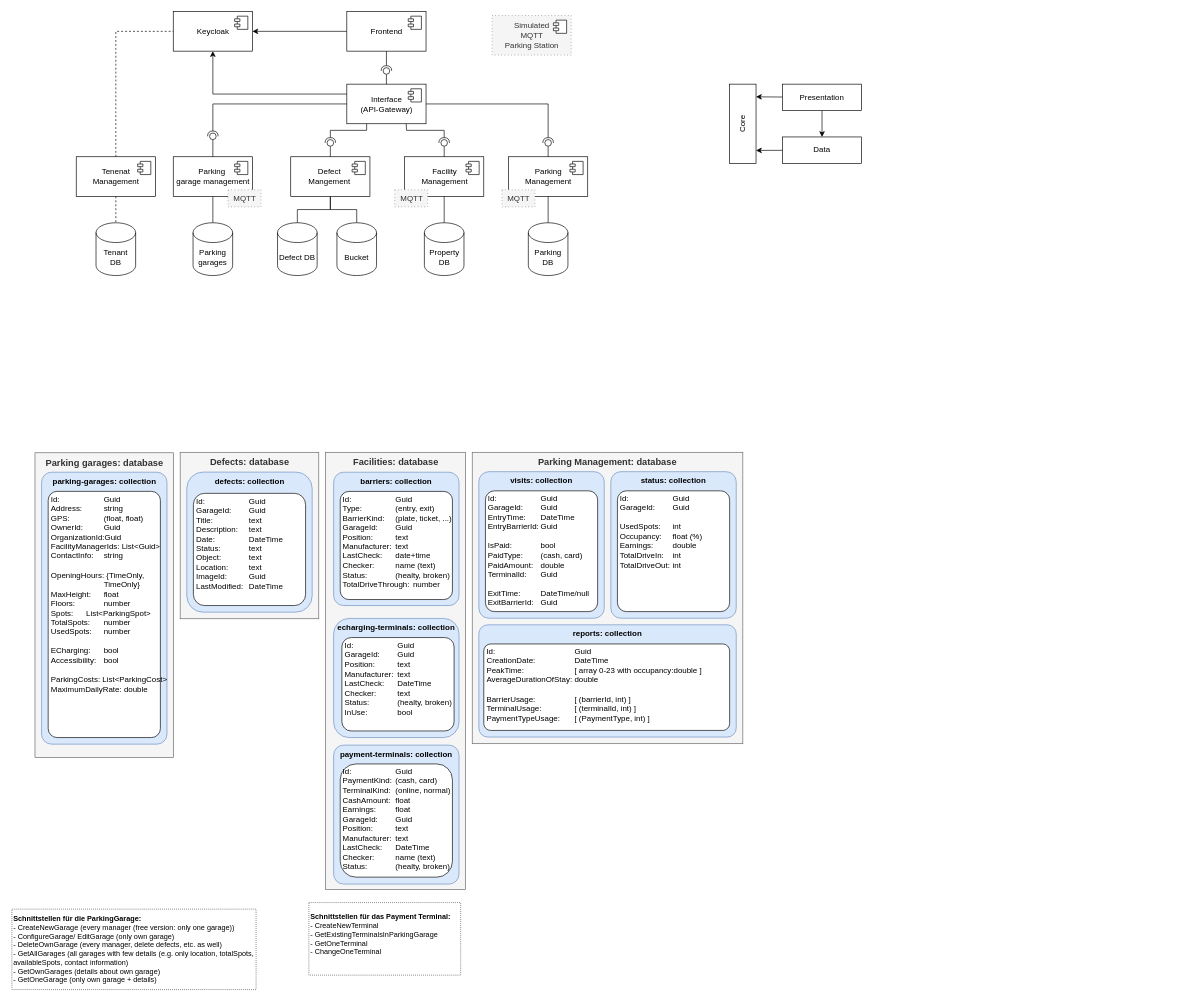
msi-cad-vw/.github keeps this draw.io diagram as page "Architektur" (4 of 8) of parking_management.drawio. Above is the earlier version. Source tidied: cells renumbered, new cells numbered last; positions are measured from the earlier drawing's top-left corner, leaving out a move shared by most shapes. Both pictures are drawn from the tidied source at 66%, with x=0, y=0 at pixel (11, 11).
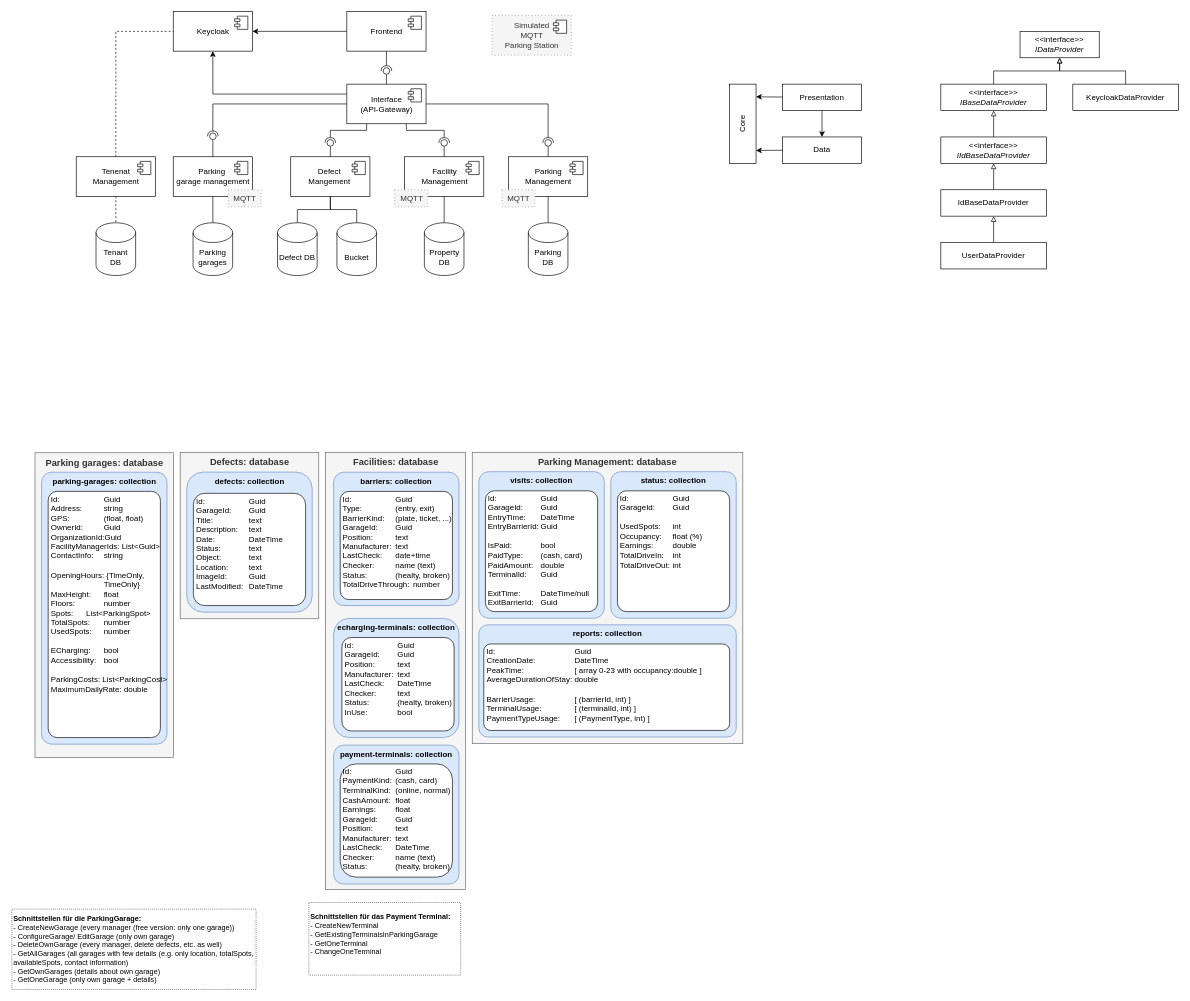
The same diagram, later.

Commit message (it also covers changes not shown here):
Added dependency injection inheritance image

What changed in the source:
```diff
@@
+    <mxCell id="81" style="edgeStyle=orthogonalEdgeStyle;rounded=0;jettySize=auto;html=1;endArrow=block;endFill=0;" parent="1" edge="1" source="82" target="84">
+      <mxGeometry relative="1" as="geometry" />
+    </mxCell>
+    <mxCell id="82" value="IdBaseDataProvider" style="rounded=0;whiteSpace=wrap;html=1;" parent="1" vertex="1">
+      <mxGeometry x="1408" y="270" width="160" height="40" as="geometry" />
+    </mxCell>
+    <mxCell id="83" style="edgeStyle=orthogonalEdgeStyle;rounded=0;jettySize=auto;html=1;endArrow=block;endFill=0;" parent="1" edge="1" source="84" target="86">
+      <mxGeometry relative="1" as="geometry" />
+    </mxCell>
+    <mxCell id="84" value="&lt;span style=&quot;font-style: normal;&quot;&gt;&amp;lt;&amp;lt;interface&amp;gt;&amp;gt;&lt;/span&gt;&lt;div&gt;IIdBaseDataProvider&lt;/div&gt;" style="rounded=0;whiteSpace=wrap;html=1;fontStyle=2;" parent="1" vertex="1">
+      <mxGeometry x="1408" y="190" width="160" height="40" as="geometry" />
+    </mxCell>
+    <mxCell id="85" style="edgeStyle=orthogonalEdgeStyle;rounded=0;jettySize=auto;html=1;endArrow=block;endFill=0;" parent="1" edge="1" source="86" target="87">
+      <mxGeometry relative="1" as="geometry" />
+    </mxCell>
+    <mxCell id="86" value="&lt;span style=&quot;font-style: normal;&quot;&gt;&amp;lt;&amp;lt;interface&amp;gt;&amp;gt;&lt;/span&gt;&lt;div&gt;IBaseDataProvider&lt;/div&gt;" style="rounded=0;whiteSpace=wrap;html=1;fontStyle=2;" parent="1" vertex="1">
+      <mxGeometry x="1408" y="110" width="160" height="40" as="geometry" />
+    </mxCell>
+    <mxCell id="87" value="&lt;span style=&quot;font-style: normal;&quot;&gt;&amp;lt;&amp;lt;interface&amp;gt;&amp;gt;&lt;/span&gt;&lt;div&gt;IDataProvider&lt;/div&gt;" style="rounded=0;whiteSpace=wrap;html=1;fontStyle=2;" parent="1" vertex="1">
+      <mxGeometry x="1528" y="30" width="120" height="40" as="geometry" />
+    </mxCell>
+    <mxCell id="88" style="edgeStyle=orthogonalEdgeStyle;rounded=0;jettySize=auto;html=1;endArrow=block;endFill=0;" parent="1" edge="1" source="89" target="82">
+      <mxGeometry relative="1" as="geometry" />
+    </mxCell>
+    <mxCell id="89" value="UserDataProvider" style="rounded=0;whiteSpace=wrap;html=1;" parent="1" vertex="1">
+      <mxGeometry x="1408" y="350" width="160" height="40" as="geometry" />
+    </mxCell>
+    <mxCell id="90" style="edgeStyle=orthogonalEdgeStyle;rounded=0;jettySize=auto;html=1;endArrow=block;endFill=0;" parent="1" edge="1" source="91" target="87">
+      <mxGeometry relative="1" as="geometry" />
+    </mxCell>
+    <mxCell id="91" value="KeycloakDataProvider" style="rounded=0;whiteSpace=wrap;html=1;" parent="1" vertex="1">
+      <mxGeometry x="1608" y="110" width="160" height="40" as="geometry" />
+    </mxCell>
```
